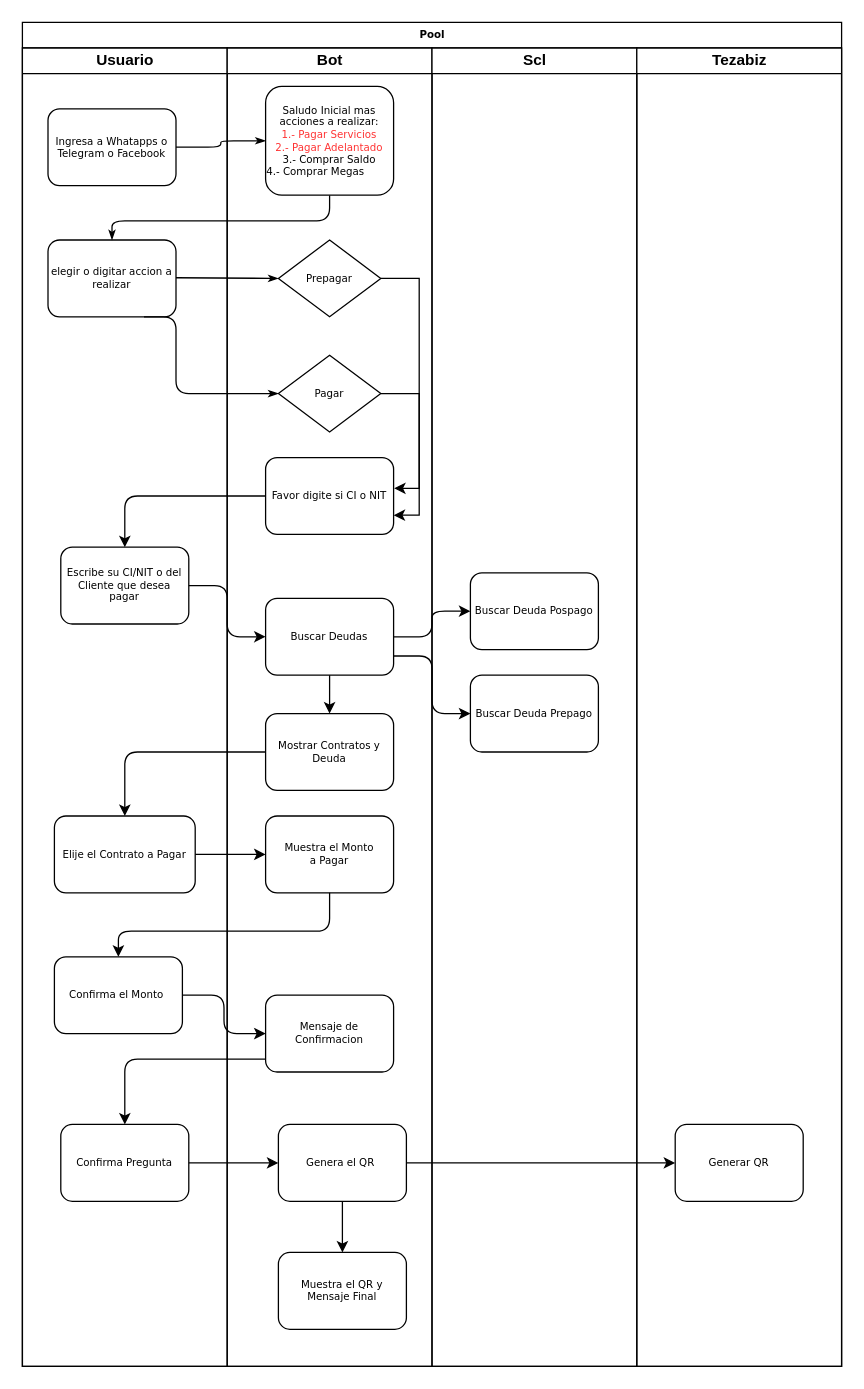
Above: page "Pago de Servicios" (1 of 4) of Untitled Diagram.drawio in diburichard/Diagramas (draw.io), before the change. Source tidied: cells renumbered, new cells numbered last; positions are measured from the earlier drawing's top-left corner, leaving out a move shared by most shapes. Both pictures are drawn from the tidied source at 128%, with x=0, y=0 at pixel (22, 22).
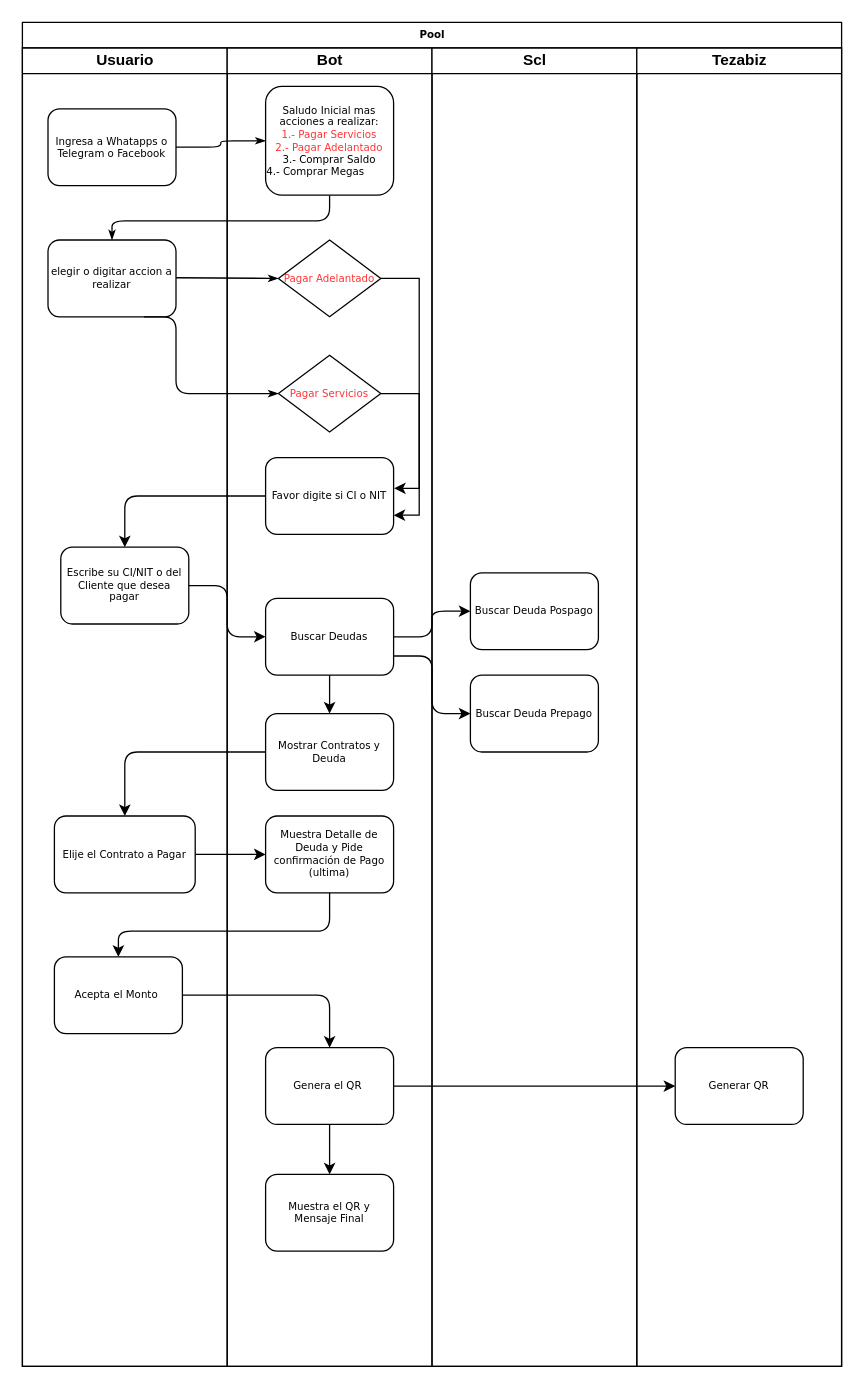
Above is the later version.

Commit message:
Ajustes Consecuados

The change refers to these unchanged cells:
```xml
<mxCell id="2" value="Pool" style="swimlane;html=1;startSize=20;rounded=0;shadow=0;labelBackgroundColor=none;strokeWidth=1;fontFamily=Verdana;fontSize=8;align=center;" parent="1" vertex="1">
  <mxGeometry width="640" height="1050" as="geometry" />
</mxCell>
<mxCell id="3" value="Usuario" style="swimlane;html=1;startSize=20;" parent="2" vertex="1">
  <mxGeometry y="20" width="160" height="1030" as="geometry" />
</mxCell>
<mxCell id="13" value="Bot" style="swimlane;html=1;startSize=20;" parent="2" vertex="1">
  <mxGeometry x="160" y="20" width="160" height="1030" as="geometry" />
</mxCell>
<mxCell id="31" value="Tezabiz" style="swimlane;html=1;startSize=20;" parent="2" vertex="1">
  <mxGeometry x="480" y="20" width="160" height="1030" as="geometry" />
</mxCell>
```

The edit, as a diff of the source:
```diff
@@
-    <mxCell id="9" value="Confirma el Monto&amp;nbsp;" style="rounded=1;whiteSpace=wrap;html=1;shadow=0;labelBackgroundColor=none;strokeWidth=1;fontFamily=Verdana;fontSize=8;align=center;" parent="3" vertex="1">
+    <mxCell id="9" value="Acepta el Monto&amp;nbsp;" style="rounded=1;whiteSpace=wrap;html=1;shadow=0;labelBackgroundColor=none;strokeWidth=1;fontFamily=Verdana;fontSize=8;align=center;" parent="3" vertex="1">
       <mxGeometry x="25" y="710" width="100" height="60" as="geometry" />
     </mxCell>
-    <mxCell id="10" value="Confirma Pregunta" style="rounded=1;whiteSpace=wrap;html=1;shadow=0;labelBackgroundColor=none;strokeWidth=1;fontFamily=Verdana;fontSize=8;align=center;" parent="3" vertex="1">
-      <mxGeometry x="30" y="841" width="100" height="60" as="geometry" />
-    </mxCell>
@@
-    <mxCell id="16" value="Prepagar" style="rhombus;whiteSpace=wrap;html=1;rounded=0;shadow=0;labelBackgroundColor=none;strokeWidth=1;fontFamily=Verdana;fontSize=8;align=center;" parent="13" vertex="1">
+    <mxCell id="16" value="&lt;span style=&quot;color: rgb(255 , 51 , 51) ; text-align: left&quot;&gt;Pagar Adelantado&lt;/span&gt;" style="rhombus;whiteSpace=wrap;html=1;rounded=0;shadow=0;labelBackgroundColor=none;strokeWidth=1;fontFamily=Verdana;fontSize=8;align=center;" parent="13" vertex="1">
       <mxGeometry x="40" y="150" width="80" height="60" as="geometry" />
     </mxCell>
@@
-    <mxCell id="18" value="Pagar" style="rhombus;whiteSpace=wrap;html=1;rounded=0;shadow=0;labelBackgroundColor=none;strokeWidth=1;fontFamily=Verdana;fontSize=8;align=center;" parent="13" vertex="1">
+    <mxCell id="18" value="&lt;span style=&quot;color: rgb(255 , 51 , 51) ; text-align: left&quot;&gt;Pagar Servicios&lt;/span&gt;" style="rhombus;whiteSpace=wrap;html=1;rounded=0;shadow=0;labelBackgroundColor=none;strokeWidth=1;fontFamily=Verdana;fontSize=8;align=center;" parent="13" vertex="1">
       <mxGeometry x="40" y="240" width="80" height="60" as="geometry" />
     </mxCell>
@@
-    <mxCell id="23" value="Muestra el Monto&lt;br&gt;a Pagar" style="rounded=1;whiteSpace=wrap;html=1;shadow=0;labelBackgroundColor=none;strokeWidth=1;fontFamily=Verdana;fontSize=8;align=center;" parent="13" vertex="1">
+    <mxCell id="23" value="Muestra Detalle de Deuda y Pide confirmación de Pago (ultima)" style="rounded=1;whiteSpace=wrap;html=1;shadow=0;labelBackgroundColor=none;strokeWidth=1;fontFamily=Verdana;fontSize=8;align=center;" parent="13" vertex="1">
       <mxGeometry x="30" y="600" width="100" height="60" as="geometry" />
     </mxCell>
@@
     <mxCell id="25" value="Genera el QR&amp;nbsp;" style="rounded=1;whiteSpace=wrap;html=1;shadow=0;labelBackgroundColor=none;strokeWidth=1;fontFamily=Verdana;fontSize=8;align=center;" parent="13" vertex="1">
-      <mxGeometry x="40" y="841" width="100" height="60" as="geometry" />
+      <mxGeometry x="30" y="781" width="100" height="60" as="geometry" />
     </mxCell>
     <mxCell id="26" value="Muestra el QR y Mensaje Final" style="rounded=1;whiteSpace=wrap;html=1;shadow=0;labelBackgroundColor=none;strokeWidth=1;fontFamily=Verdana;fontSize=8;align=center;" parent="13" vertex="1">
-      <mxGeometry x="40" y="941" width="100" height="60" as="geometry" />
+      <mxGeometry x="30" y="880" width="100" height="60" as="geometry" />
     </mxCell>
-    <mxCell id="27" value="Mensaje de Confirmacion" style="rounded=1;whiteSpace=wrap;html=1;shadow=0;labelBackgroundColor=none;strokeWidth=1;fontFamily=Verdana;fontSize=8;align=center;" parent="13" vertex="1">
-      <mxGeometry x="30" y="740" width="100" height="60" as="geometry" />
-    </mxCell>
@@
     <mxCell id="32" value="Generar QR" style="rounded=1;whiteSpace=wrap;html=1;shadow=0;labelBackgroundColor=none;strokeWidth=1;fontFamily=Verdana;fontSize=8;align=center;" parent="31" vertex="1">
-      <mxGeometry x="30" y="841" width="100" height="60" as="geometry" />
+      <mxGeometry x="30" y="781" width="100" height="60" as="geometry" />
     </mxCell>
@@
-    <mxCell id="42" style="edgeStyle=orthogonalEdgeStyle;rounded=1;jettySize=auto;html=1;fontColor=#FF3333;" parent="2" edge="1" source="9" target="27">
-      <mxGeometry relative="1" as="geometry" />
-    </mxCell>
-    <mxCell id="43" style="edgeStyle=orthogonalEdgeStyle;rounded=1;jettySize=auto;html=1;fontColor=#FF3333;" parent="2" edge="1" source="27" target="10">
-      <mxGeometry relative="1" as="geometry">
-        <Array as="points">
-          <mxPoint x="80" y="810" />
-        </Array>
-      </mxGeometry>
-    </mxCell>
-    <mxCell id="44" style="edgeStyle=orthogonalEdgeStyle;rounded=1;jettySize=auto;html=1;fontColor=#FF3333;" parent="2" edge="1" source="10" target="25">
-      <mxGeometry relative="1" as="geometry" />
-    </mxCell>
+    <mxCell id="45" style="edgeStyle=orthogonalEdgeStyle;rounded=1;jettySize=auto;html=1;fontColor=#FF3333;" parent="2" edge="1" source="9" target="25">
+      <mxGeometry relative="1" as="geometry" />
+    </mxCell>
```
